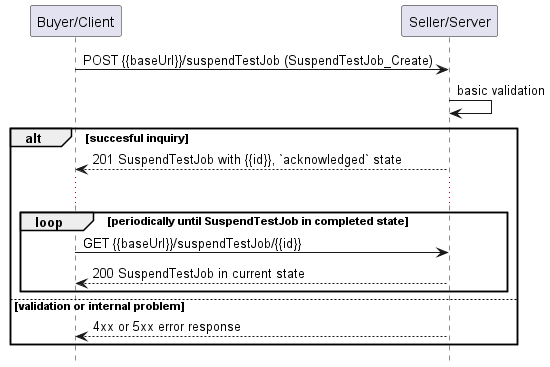
Above: documentation/serviceApi/sft/serviceTest/media/useCase16Polling.png in MEF-GIT/MEF-LSO-Legato-SDK (PlantUML), before the change. Source of this version:
```plantuml
@startuml useCase16Polling
hide footbox

participant "Buyer/Client" as B
participant "Seller/Server" as S


B -> S : POST {{baseUrl}}/suspendTestJob (SuspendTestJob_Create)
S -> S : basic validation

alt succesful inquiry
  S --> B : 201 SuspendTestJob with {{id}}, `acknowledged` state

  ...

  loop periodically until SuspendTestJob in completed state
      B -> S :   GET {{baseUrl}}/suspendTestJob/{{id}}
      return 200 SuspendTestJob in current state
  end

else validation or internal problem
  S --> B : 4xx or 5xx error response
end


@enduml
```
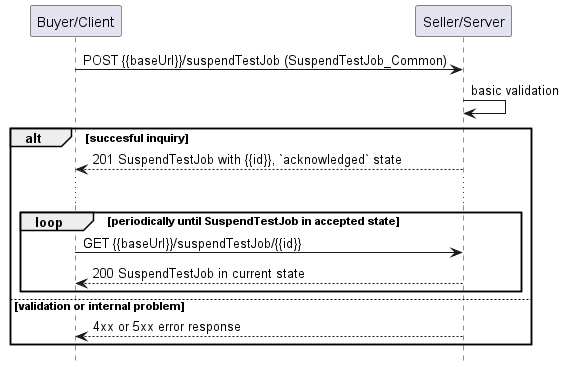
After the change.

What changed in the source:
```diff
@@ -5,7 +5,7 @@
 participant "Seller/Server" as S
 
 
-B -> S : POST {{baseUrl}}/suspendTestJob (SuspendTestJob_Create)
+B -> S : POST {{baseUrl}}/suspendTestJob (SuspendTestJob_Common)
 S -> S : basic validation
 
 alt succesful inquiry
@@ -13,7 +13,7 @@
 
   ...
 
-  loop periodically until SuspendTestJob in completed state
+  loop periodically until SuspendTestJob in accepted state
       B -> S :   GET {{baseUrl}}/suspendTestJob/{{id}}
       return 200 SuspendTestJob in current state
   end
```
